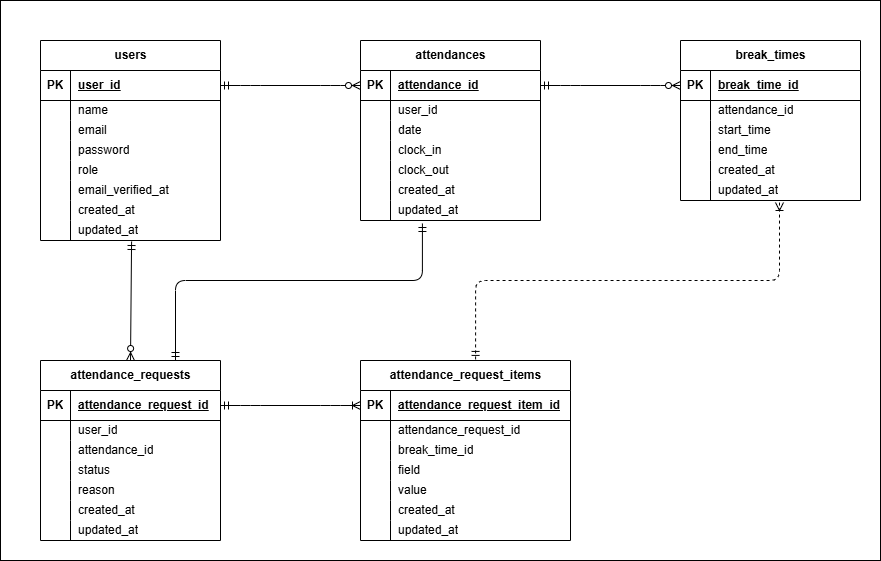
seiya71/coachtech-attendance keeps this draw.io diagram as ER.drawio.png. Above is the earlier version. Source tidied: cells renumbered, new cells last; positions are measured from the earlier drawing's top-left corner, leaving out a move shared by most shapes.
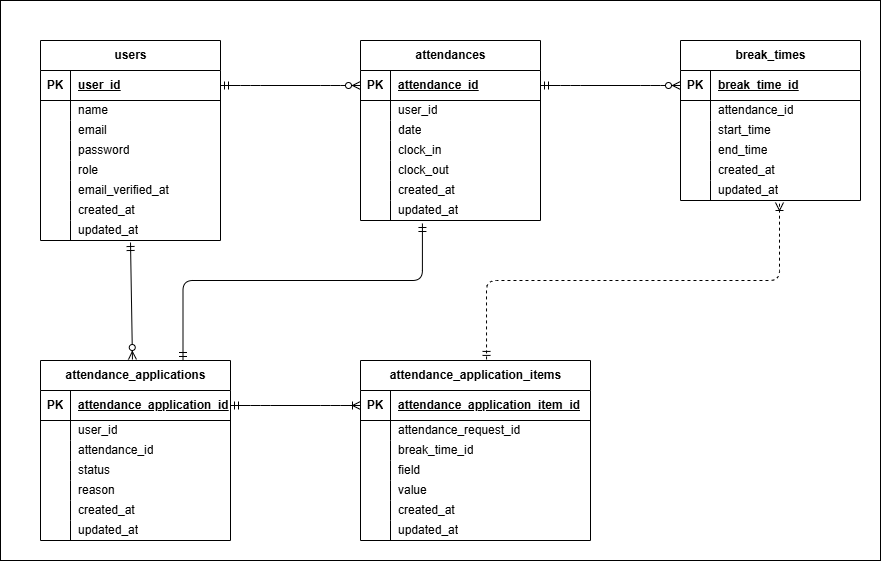
The same file after the commit.

What changed in the source:
```diff
@@ -203,137 +203,137 @@
     <mxCell id="68" value="updated_at" style="shape=partialRectangle;fillColor=none;top=0;left=0;bottom=0;right=0;align=left;spacingLeft=6;overflow=hidden;whiteSpace=wrap;html=1;" parent="66" vertex="1">
       <mxGeometry x="30" width="150" height="20" as="geometry" />
     </mxCell>
-    <mxCell id="69" value="attendance_requests" style="shape=table;startSize=30;rowLines=0;fontStyle=1;align=center;html=1;" parent="1" vertex="1">
-      <mxGeometry x="40" y="360" width="180" height="180" as="geometry" />
+    <mxCell id="69" value="attendance_applications" style="shape=table;startSize=30;rowLines=0;fontStyle=1;align=center;html=1;" parent="1" vertex="1">
+      <mxGeometry x="40" y="360" width="190" height="180" as="geometry" />
     </mxCell>
     <mxCell id="70" style="shape=tableRow;horizontal=0;startSize=0;swimlaneHead=0;swimlaneBody=0;fillColor=none;points=[[0,0.5],[1,0.5]];portConstraint=eastwest;top=0;left=0;right=0;bottom=1;" parent="69" vertex="1">
-      <mxGeometry y="30" width="180" height="30" as="geometry" />
+      <mxGeometry y="30" width="190" height="30" as="geometry" />
     </mxCell>
     <mxCell id="71" value="PK" style="shape=partialRectangle;fillColor=none;top=0;left=0;bottom=0;right=0;fontStyle=1;overflow=hidden;whiteSpace=wrap;html=1;" parent="70" vertex="1">
       <mxGeometry width="30" height="30" as="geometry" />
     </mxCell>
-    <mxCell id="72" value="attendance_request_id" style="shape=partialRectangle;fillColor=none;top=0;left=0;bottom=0;right=0;align=left;spacingLeft=6;fontStyle=5;overflow=hidden;whiteSpace=wrap;html=1;" parent="70" vertex="1">
-      <mxGeometry x="30" width="150" height="30" as="geometry" />
+    <mxCell id="72" value="attendance_application_id" style="shape=partialRectangle;fillColor=none;top=0;left=0;bottom=0;right=0;align=left;spacingLeft=6;fontStyle=5;overflow=hidden;whiteSpace=wrap;html=1;" parent="70" vertex="1">
+      <mxGeometry x="30" width="160" height="30" as="geometry" />
     </mxCell>
     <mxCell id="73" style="shape=tableRow;horizontal=0;startSize=0;swimlaneHead=0;swimlaneBody=0;fillColor=none;top=0;left=0;right=0;bottom=0;" parent="69" vertex="1">
-      <mxGeometry y="60" width="180" height="20" as="geometry" />
+      <mxGeometry y="60" width="190" height="20" as="geometry" />
     </mxCell>
     <mxCell id="74" style="shape=partialRectangle;fillColor=none;top=0;left=0;bottom=0;right=0;overflow=hidden;whiteSpace=wrap;html=1;" parent="73" vertex="1">
       <mxGeometry width="30" height="20" as="geometry" />
     </mxCell>
     <mxCell id="75" value="user_id" style="shape=partialRectangle;fillColor=none;top=0;left=0;bottom=0;right=0;align=left;spacingLeft=6;overflow=hidden;whiteSpace=wrap;html=1;" parent="73" vertex="1">
-      <mxGeometry x="30" width="150" height="20" as="geometry" />
+      <mxGeometry x="30" width="160" height="20" as="geometry" />
     </mxCell>
     <mxCell id="76" style="shape=tableRow;horizontal=0;startSize=0;swimlaneHead=0;swimlaneBody=0;fillColor=none;top=0;left=0;right=0;bottom=0;" parent="69" vertex="1">
-      <mxGeometry y="80" width="180" height="20" as="geometry" />
+      <mxGeometry y="80" width="190" height="20" as="geometry" />
     </mxCell>
     <mxCell id="77" style="shape=partialRectangle;fillColor=none;top=0;left=0;bottom=0;right=0;overflow=hidden;whiteSpace=wrap;html=1;" parent="76" vertex="1">
       <mxGeometry width="30" height="20" as="geometry" />
     </mxCell>
     <mxCell id="78" value="attendance_id" style="shape=partialRectangle;fillColor=none;top=0;left=0;bottom=0;right=0;align=left;spacingLeft=6;overflow=hidden;whiteSpace=wrap;html=1;" parent="76" vertex="1">
-      <mxGeometry x="30" width="150" height="20" as="geometry" />
+      <mxGeometry x="30" width="160" height="20" as="geometry" />
     </mxCell>
     <mxCell id="79" style="shape=tableRow;horizontal=0;startSize=0;swimlaneHead=0;swimlaneBody=0;fillColor=none;top=0;left=0;right=0;bottom=0;" parent="69" vertex="1">
-      <mxGeometry y="100" width="180" height="20" as="geometry" />
+      <mxGeometry y="100" width="190" height="20" as="geometry" />
     </mxCell>
     <mxCell id="80" style="shape=partialRectangle;fillColor=none;top=0;left=0;bottom=0;right=0;overflow=hidden;whiteSpace=wrap;html=1;" parent="79" vertex="1">
       <mxGeometry width="30" height="20" as="geometry" />
     </mxCell>
     <mxCell id="81" value="status" style="shape=partialRectangle;fillColor=none;top=0;left=0;bottom=0;right=0;align=left;spacingLeft=6;overflow=hidden;whiteSpace=wrap;html=1;" parent="79" vertex="1">
-      <mxGeometry x="30" width="150" height="20" as="geometry" />
+      <mxGeometry x="30" width="160" height="20" as="geometry" />
     </mxCell>
     <mxCell id="82" style="shape=tableRow;horizontal=0;startSize=0;swimlaneHead=0;swimlaneBody=0;fillColor=none;top=0;left=0;right=0;bottom=0;" parent="69" vertex="1">
-      <mxGeometry y="120" width="180" height="20" as="geometry" />
+      <mxGeometry y="120" width="190" height="20" as="geometry" />
     </mxCell>
     <mxCell id="83" style="shape=partialRectangle;fillColor=none;top=0;left=0;bottom=0;right=0;overflow=hidden;whiteSpace=wrap;html=1;" parent="82" vertex="1">
       <mxGeometry width="30" height="20" as="geometry" />
     </mxCell>
     <mxCell id="84" value="reason" style="shape=partialRectangle;fillColor=none;top=0;left=0;bottom=0;right=0;align=left;spacingLeft=6;overflow=hidden;whiteSpace=wrap;html=1;" parent="82" vertex="1">
-      <mxGeometry x="30" width="150" height="20" as="geometry" />
+      <mxGeometry x="30" width="160" height="20" as="geometry" />
     </mxCell>
     <mxCell id="85" style="shape=tableRow;horizontal=0;startSize=0;swimlaneHead=0;swimlaneBody=0;fillColor=none;top=0;left=0;right=0;bottom=0;" parent="69" vertex="1">
-      <mxGeometry y="140" width="180" height="20" as="geometry" />
+      <mxGeometry y="140" width="190" height="20" as="geometry" />
     </mxCell>
     <mxCell id="86" style="shape=partialRectangle;fillColor=none;top=0;left=0;bottom=0;right=0;overflow=hidden;whiteSpace=wrap;html=1;" parent="85" vertex="1">
       <mxGeometry width="30" height="20" as="geometry" />
     </mxCell>
     <mxCell id="87" value="created_at" style="shape=partialRectangle;fillColor=none;top=0;left=0;bottom=0;right=0;align=left;spacingLeft=6;overflow=hidden;whiteSpace=wrap;html=1;" parent="85" vertex="1">
-      <mxGeometry x="30" width="150" height="20" as="geometry" />
+      <mxGeometry x="30" width="160" height="20" as="geometry" />
     </mxCell>
     <mxCell id="88" style="shape=tableRow;horizontal=0;startSize=0;swimlaneHead=0;swimlaneBody=0;fillColor=none;top=0;left=0;right=0;bottom=0;" parent="69" vertex="1">
-      <mxGeometry y="160" width="180" height="20" as="geometry" />
+      <mxGeometry y="160" width="190" height="20" as="geometry" />
     </mxCell>
     <mxCell id="89" style="shape=partialRectangle;fillColor=none;top=0;left=0;bottom=0;right=0;overflow=hidden;whiteSpace=wrap;html=1;" parent="88" vertex="1">
       <mxGeometry width="30" height="20" as="geometry" />
     </mxCell>
     <mxCell id="90" value="updated_at" style="shape=partialRectangle;fillColor=none;top=0;left=0;bottom=0;right=0;align=left;spacingLeft=6;overflow=hidden;whiteSpace=wrap;html=1;" parent="88" vertex="1">
-      <mxGeometry x="30" width="150" height="20" as="geometry" />
+      <mxGeometry x="30" width="160" height="20" as="geometry" />
     </mxCell>
-    <mxCell id="91" value="attendance_request_items" style="shape=table;startSize=30;rowLines=0;fontStyle=1;align=center;html=1;" parent="1" vertex="1">
-      <mxGeometry x="360" y="360" width="210" height="180" as="geometry" />
+    <mxCell id="91" value="attendance_application_items" style="shape=table;startSize=30;rowLines=0;fontStyle=1;align=center;html=1;" parent="1" vertex="1">
+      <mxGeometry x="360" y="360" width="230" height="180" as="geometry" />
     </mxCell>
     <mxCell id="92" style="shape=tableRow;horizontal=0;startSize=0;swimlaneHead=0;swimlaneBody=0;fillColor=none;points=[[0,0.5],[1,0.5]];portConstraint=eastwest;top=0;left=0;right=0;bottom=1;" parent="91" vertex="1">
-      <mxGeometry y="30" width="210" height="30" as="geometry" />
+      <mxGeometry y="30" width="230" height="30" as="geometry" />
     </mxCell>
     <mxCell id="93" value="PK" style="shape=partialRectangle;fillColor=none;top=0;left=0;bottom=0;right=0;fontStyle=1;overflow=hidden;whiteSpace=wrap;html=1;" parent="92" vertex="1">
       <mxGeometry width="30" height="30" as="geometry" />
     </mxCell>
-    <mxCell id="94" value="attendance_request_item_id" style="shape=partialRectangle;fillColor=none;top=0;left=0;bottom=0;right=0;align=left;spacingLeft=6;fontStyle=5;overflow=hidden;whiteSpace=wrap;html=1;" parent="92" vertex="1">
-      <mxGeometry x="30" width="180" height="30" as="geometry" />
+    <mxCell id="94" value="attendance_application_item_id" style="shape=partialRectangle;fillColor=none;top=0;left=0;bottom=0;right=0;align=left;spacingLeft=6;fontStyle=5;overflow=hidden;whiteSpace=wrap;html=1;" parent="92" vertex="1">
+      <mxGeometry x="30" width="200" height="30" as="geometry" />
     </mxCell>
     <mxCell id="95" style="shape=tableRow;horizontal=0;startSize=0;swimlaneHead=0;swimlaneBody=0;fillColor=none;top=0;left=0;right=0;bottom=0;" parent="91" vertex="1">
-      <mxGeometry y="60" width="210" height="20" as="geometry" />
+      <mxGeometry y="60" width="230" height="20" as="geometry" />
     </mxCell>
     <mxCell id="96" style="shape=partialRectangle;fillColor=none;top=0;left=0;bottom=0;right=0;overflow=hidden;whiteSpace=wrap;html=1;" parent="95" vertex="1">
       <mxGeometry width="30" height="20" as="geometry" />
     </mxCell>
     <mxCell id="97" value="attendance_request_id" style="shape=partialRectangle;fillColor=none;top=0;left=0;bottom=0;right=0;align=left;spacingLeft=6;overflow=hidden;whiteSpace=wrap;html=1;" parent="95" vertex="1">
-      <mxGeometry x="30" width="180" height="20" as="geometry" />
+      <mxGeometry x="30" width="200" height="20" as="geometry" />
     </mxCell>
     <mxCell id="98" style="shape=tableRow;horizontal=0;startSize=0;swimlaneHead=0;swimlaneBody=0;fillColor=none;top=0;left=0;right=0;bottom=0;" parent="91" vertex="1">
-      <mxGeometry y="80" width="210" height="20" as="geometry" />
+      <mxGeometry y="80" width="230" height="20" as="geometry" />
     </mxCell>
     <mxCell id="99" style="shape=partialRectangle;fillColor=none;top=0;left=0;bottom=0;right=0;overflow=hidden;whiteSpace=wrap;html=1;" parent="98" vertex="1">
       <mxGeometry width="30" height="20" as="geometry" />
     </mxCell>
     <mxCell id="100" value="break_time_id" style="shape=partialRectangle;fillColor=none;top=0;left=0;bottom=0;right=0;align=left;spacingLeft=6;overflow=hidden;whiteSpace=wrap;html=1;" parent="98" vertex="1">
-      <mxGeometry x="30" width="180" height="20" as="geometry" />
+      <mxGeometry x="30" width="200" height="20" as="geometry" />
     </mxCell>
     <mxCell id="101" style="shape=tableRow;horizontal=0;startSize=0;swimlaneHead=0;swimlaneBody=0;fillColor=none;top=0;left=0;right=0;bottom=0;" parent="91" vertex="1">
-      <mxGeometry y="100" width="210" height="20" as="geometry" />
+      <mxGeometry y="100" width="230" height="20" as="geometry" />
     </mxCell>
     <mxCell id="102" style="shape=partialRectangle;fillColor=none;top=0;left=0;bottom=0;right=0;overflow=hidden;whiteSpace=wrap;html=1;" parent="101" vertex="1">
       <mxGeometry width="30" height="20" as="geometry" />
     </mxCell>
     <mxCell id="103" value="field" style="shape=partialRectangle;fillColor=none;top=0;left=0;bottom=0;right=0;align=left;spacingLeft=6;overflow=hidden;whiteSpace=wrap;html=1;" parent="101" vertex="1">
-      <mxGeometry x="30" width="180" height="20" as="geometry" />
+      <mxGeometry x="30" width="200" height="20" as="geometry" />
     </mxCell>
     <mxCell id="104" style="shape=tableRow;horizontal=0;startSize=0;swimlaneHead=0;swimlaneBody=0;fillColor=none;top=0;left=0;right=0;bottom=0;" parent="91" vertex="1">
-      <mxGeometry y="120" width="210" height="20" as="geometry" />
+      <mxGeometry y="120" width="230" height="20" as="geometry" />
     </mxCell>
     <mxCell id="105" style="shape=partialRectangle;fillColor=none;top=0;left=0;bottom=0;right=0;overflow=hidden;whiteSpace=wrap;html=1;" parent="104" vertex="1">
       <mxGeometry width="30" height="20" as="geometry" />
     </mxCell>
     <mxCell id="106" value="value" style="shape=partialRectangle;fillColor=none;top=0;left=0;bottom=0;right=0;align=left;spacingLeft=6;overflow=hidden;whiteSpace=wrap;html=1;" parent="104" vertex="1">
-      <mxGeometry x="30" width="180" height="20" as="geometry" />
+      <mxGeometry x="30" width="200" height="20" as="geometry" />
     </mxCell>
     <mxCell id="107" style="shape=tableRow;horizontal=0;startSize=0;swimlaneHead=0;swimlaneBody=0;fillColor=none;top=0;left=0;right=0;bottom=0;" parent="91" vertex="1">
-      <mxGeometry y="140" width="210" height="20" as="geometry" />
+      <mxGeometry y="140" width="230" height="20" as="geometry" />
     </mxCell>
     <mxCell id="108" style="shape=partialRectangle;fillColor=none;top=0;left=0;bottom=0;right=0;overflow=hidden;whiteSpace=wrap;html=1;" parent="107" vertex="1">
       <mxGeometry width="30" height="20" as="geometry" />
     </mxCell>
     <mxCell id="109" value="created_at" style="shape=partialRectangle;fillColor=none;top=0;left=0;bottom=0;right=0;align=left;spacingLeft=6;overflow=hidden;whiteSpace=wrap;html=1;" parent="107" vertex="1">
-      <mxGeometry x="30" width="180" height="20" as="geometry" />
+      <mxGeometry x="30" width="200" height="20" as="geometry" />
     </mxCell>
     <mxCell id="110" style="shape=tableRow;horizontal=0;startSize=0;swimlaneHead=0;swimlaneBody=0;fillColor=none;top=0;left=0;right=0;bottom=0;" parent="91" vertex="1">
-      <mxGeometry y="160" width="210" height="20" as="geometry" />
+      <mxGeometry y="160" width="230" height="20" as="geometry" />
     </mxCell>
     <mxCell id="111" style="shape=partialRectangle;fillColor=none;top=0;left=0;bottom=0;right=0;overflow=hidden;whiteSpace=wrap;html=1;" parent="110" vertex="1">
       <mxGeometry width="30" height="20" as="geometry" />
     </mxCell>
     <mxCell id="112" value="updated_at" style="shape=partialRectangle;fillColor=none;top=0;left=0;bottom=0;right=0;align=left;spacingLeft=6;overflow=hidden;whiteSpace=wrap;html=1;" parent="110" vertex="1">
-      <mxGeometry x="30" width="180" height="20" as="geometry" />
+      <mxGeometry x="30" width="200" height="20" as="geometry" />
     </mxCell>
     <mxCell id="113" style="edgeStyle=entityRelationEdgeStyle;fontSize=12;html=1;endArrow=ERzeroToMany;startArrow=ERmandOne;exitX=1;exitY=0.5;exitDx=0;exitDy=0;entryX=0;entryY=0.5;entryDx=0;entryDy=0;" parent="1" edge="1" source="4" target="29">
       <mxGeometry relative="1" as="geometry" />
@@ -341,8 +341,10 @@
     <mxCell id="114" style="edgeStyle=entityRelationEdgeStyle;fontSize=12;html=1;endArrow=ERzeroToMany;startArrow=ERmandOne;exitX=1;exitY=0.5;exitDx=0;exitDy=0;entryX=0;entryY=0.5;entryDx=0;entryDy=0;" parent="1" edge="1" source="29" target="51">
       <mxGeometry relative="1" as="geometry" />
     </mxCell>
-    <mxCell id="115" style="fontSize=12;html=1;endArrow=ERzeroToMany;startArrow=ERmandOne;entryX=0.5;entryY=0;entryDx=0;entryDy=0;exitX=0.506;exitY=1.05;exitDx=0;exitDy=0;exitPerimeter=0;" parent="1" edge="1" source="25" target="69">
-      <mxGeometry relative="1" as="geometry" />
+    <mxCell id="115" style="fontSize=12;html=1;endArrow=ERzeroToMany;startArrow=ERmandOne;entryX=0.5;entryY=0;entryDx=0;entryDy=0;exitX=0.5;exitY=1.1;exitDx=0;exitDy=0;exitPerimeter=0;" parent="1" edge="1" source="25">
+      <mxGeometry relative="1" as="geometry">
+        <mxPoint x="132" y="359" as="targetPoint" />
+      </mxGeometry>
     </mxCell>
     <mxCell id="116" style="edgeStyle=entityRelationEdgeStyle;fontSize=12;html=1;endArrow=ERoneToMany;startArrow=ERmandOne;exitX=1;exitY=0.5;exitDx=0;exitDy=0;entryX=0;entryY=0.5;entryDx=0;entryDy=0;" parent="1" edge="1" source="70" target="92">
       <mxGeometry relative="1" as="geometry" />
@@ -350,7 +352,7 @@
     <mxCell id="117" style="edgeStyle=orthogonalEdgeStyle;fontSize=12;html=1;endArrow=ERmandOne;startArrow=ERmandOne;exitX=0.75;exitY=0;exitDx=0;exitDy=0;entryX=0.344;entryY=1.15;entryDx=0;entryDy=0;entryPerimeter=0;" parent="1" edge="1" source="69" target="47">
       <mxGeometry relative="1" as="geometry">
         <Array as="points">
-          <mxPoint x="175" y="280" />
+          <mxPoint x="183" y="280" />
           <mxPoint x="422" y="280" />
         </Array>
       </mxGeometry>
@@ -358,7 +360,7 @@
     <mxCell id="118" style="edgeStyle=orthogonalEdgeStyle;fontSize=12;html=1;endArrow=ERoneToMany;startArrow=ERmandOne;exitX=0.548;exitY=-0.006;exitDx=0;exitDy=0;exitPerimeter=0;entryX=0.55;entryY=1.1;entryDx=0;entryDy=0;entryPerimeter=0;dashed=1;" parent="1" edge="1" source="91" target="66">
       <mxGeometry relative="1" as="geometry">
         <Array as="points">
-          <mxPoint x="475" y="280" />
+          <mxPoint x="486" y="280" />
           <mxPoint x="779" y="280" />
         </Array>
       </mxGeometry>
```
